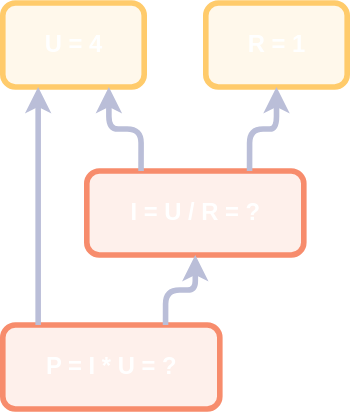
Above: drawio/urip_1.drawio.svg in alfertev2014/holyjs-2026-autumn (draw.io), before the change. Source tidied: cells renumbered, new cells last; positions are measured from the earlier drawing's top-left corner, leaving out a move shared by most shapes.
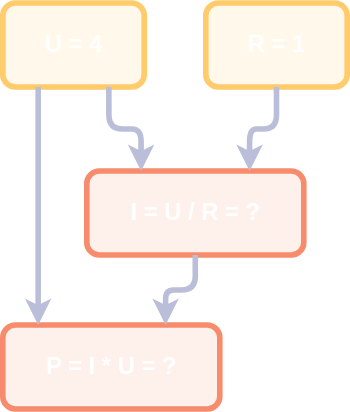
The same file after the commit.

The edit, as a diff of the source:
```diff
@@ -14,16 +14,16 @@
     <mxCell id="5" value="&lt;span style=&quot;color: light-dark(rgb(255, 255, 255), rgb(255, 255, 255));&quot;&gt;P = I * U = ?&lt;/span&gt;" style="rounded=1;whiteSpace=wrap;html=1;roundedPerimeter=1;strokeWidth=4;strokeColor=light-dark(#F78C6C,#F78C6C);fillColor=light-dark(#F78C6C22,#F78C6C22);fontSize=17;fontStyle=1;" parent="1" vertex="1">
       <mxGeometry y="230" width="155" height="60" as="geometry" />
     </mxCell>
-    <mxCell id="6" style="endArrow=classic;html=1;strokeWidth=4;strokeColor=light-dark(#BABED8,#BABED8);edgeStyle=orthogonalEdgeStyle;exitX=0.25;exitY=0;exitDx=0;exitDy=0;entryX=0.75;entryY=1;entryDx=0;entryDy=0;" parent="1" edge="1" source="4" target="2">
+    <mxCell id="6" style="endArrow=classic;html=1;strokeWidth=4;strokeColor=light-dark(#BABED8,#BABED8);edgeStyle=orthogonalEdgeStyle;exitX=0.75;exitY=1;exitDx=0;exitDy=0;entryX=0.25;entryY=0;entryDx=0;entryDy=0;" parent="1" edge="1" source="2" target="4">
       <mxGeometry relative="1" as="geometry" />
     </mxCell>
-    <mxCell id="7" style="endArrow=classic;html=1;strokeWidth=4;strokeColor=light-dark(#BABED8,#BABED8);edgeStyle=orthogonalEdgeStyle;exitX=0.75;exitY=0;exitDx=0;exitDy=0;entryX=0.5;entryY=1;entryDx=0;entryDy=0;" parent="1" edge="1" source="4" target="3">
+    <mxCell id="7" style="endArrow=classic;html=1;strokeWidth=4;strokeColor=light-dark(#BABED8,#BABED8);edgeStyle=orthogonalEdgeStyle;exitX=0.5;exitY=1;exitDx=0;exitDy=0;entryX=0.75;entryY=0;entryDx=0;entryDy=0;" parent="1" edge="1" source="3" target="4">
       <mxGeometry relative="1" as="geometry" />
     </mxCell>
-    <mxCell id="8" style="endArrow=classic;html=1;strokeWidth=4;strokeColor=light-dark(#BABED8,#BABED8);edgeStyle=orthogonalEdgeStyle;exitX=0.75;exitY=0;exitDx=0;exitDy=0;entryX=0.5;entryY=1;entryDx=0;entryDy=0;" parent="1" edge="1" source="5" target="4">
+    <mxCell id="8" style="endArrow=classic;html=1;strokeWidth=4;strokeColor=light-dark(#BABED8,#BABED8);edgeStyle=orthogonalEdgeStyle;exitX=0.5;exitY=1;exitDx=0;exitDy=0;entryX=0.75;entryY=0;entryDx=0;entryDy=0;" parent="1" edge="1" source="4" target="5">
       <mxGeometry relative="1" as="geometry" />
     </mxCell>
-    <mxCell id="9" style="endArrow=classic;html=1;strokeWidth=4;strokeColor=light-dark(#BABED8,#BABED8);edgeStyle=orthogonalEdgeStyle;entryX=0.25;entryY=1;entryDx=0;entryDy=0;exitX=0.163;exitY=0;exitDx=0;exitDy=0;" parent="1" edge="1" source="5" target="2">
+    <mxCell id="9" style="endArrow=classic;html=1;strokeWidth=4;strokeColor=light-dark(#BABED8,#BABED8);edgeStyle=orthogonalEdgeStyle;entryX=0.163;entryY=0;entryDx=0;entryDy=0;exitX=0.25;exitY=1;exitDx=0;exitDy=0;" parent="1" edge="1" source="2" target="5">
       <mxGeometry relative="1" as="geometry" />
     </mxCell>
   </root>
```
